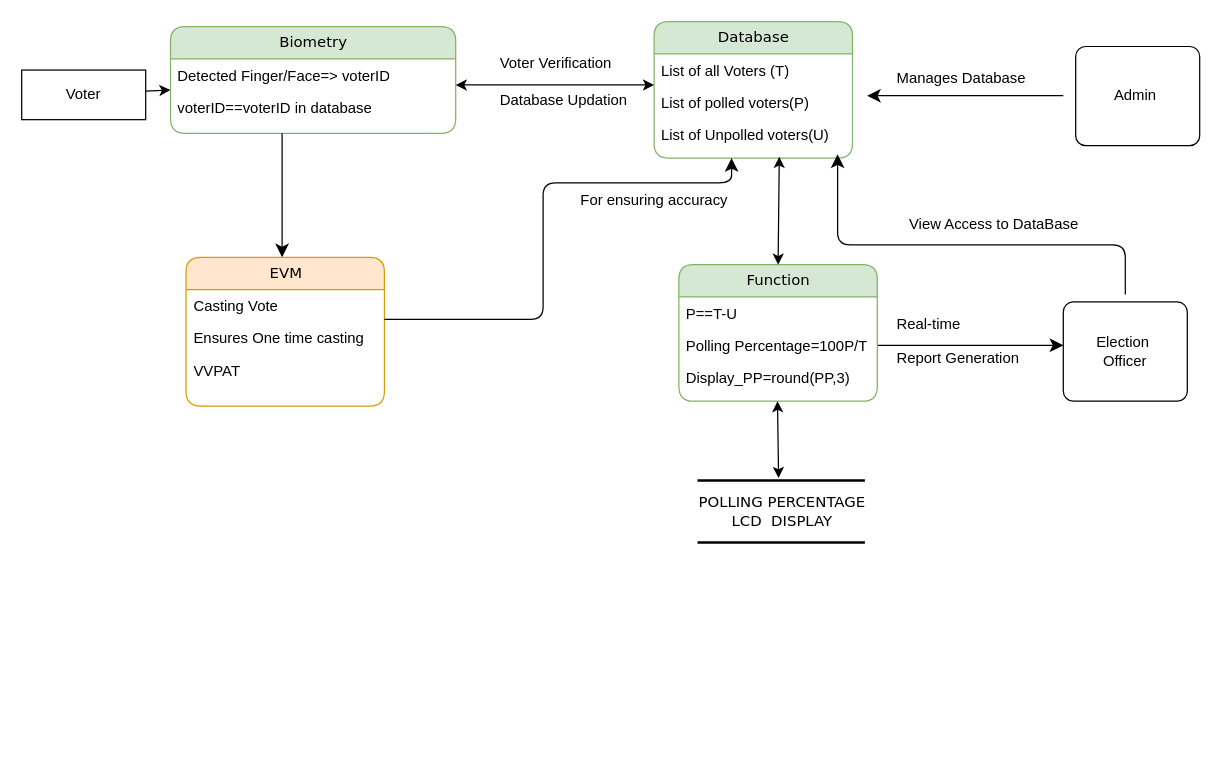
The draw.io diagram dataflow.drawio in AswathiGR/DFD, before the edit. Source tidied: cells renumbered, new cells numbered last; positions are measured from the earlier drawing's top-left corner, leaving out a move shared by most shapes. Both pictures are drawn from the tidied source at 124%, with x=0, y=0 at pixel (21, 21).
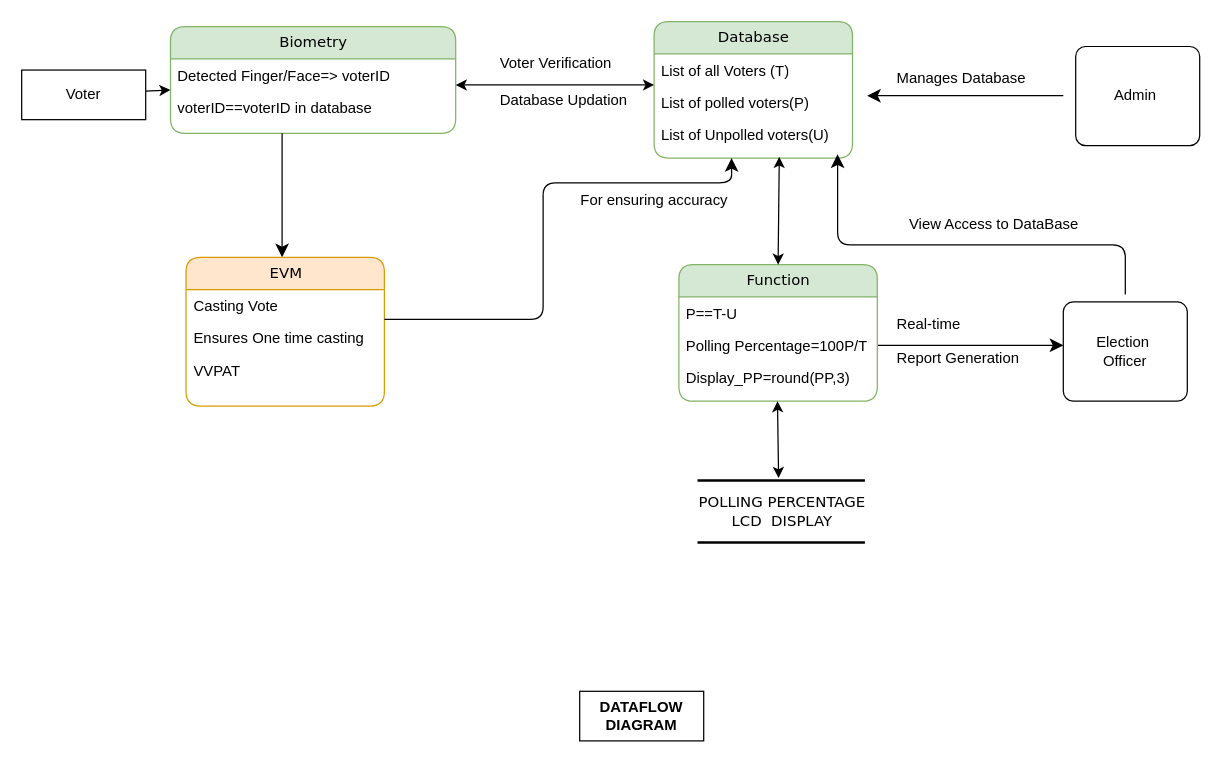
Above is the later version.

The edit, as a diff of the source:
```diff
@@
+    <mxCell id="36" value="&lt;b&gt;DATAFLOW DIAGRAM&lt;/b&gt;" style="whiteSpace=wrap;html=1;align=center;" parent="1" vertex="1">
+      <mxGeometry x="450" y="540" width="100" height="40" as="geometry" />
+    </mxCell>
```
